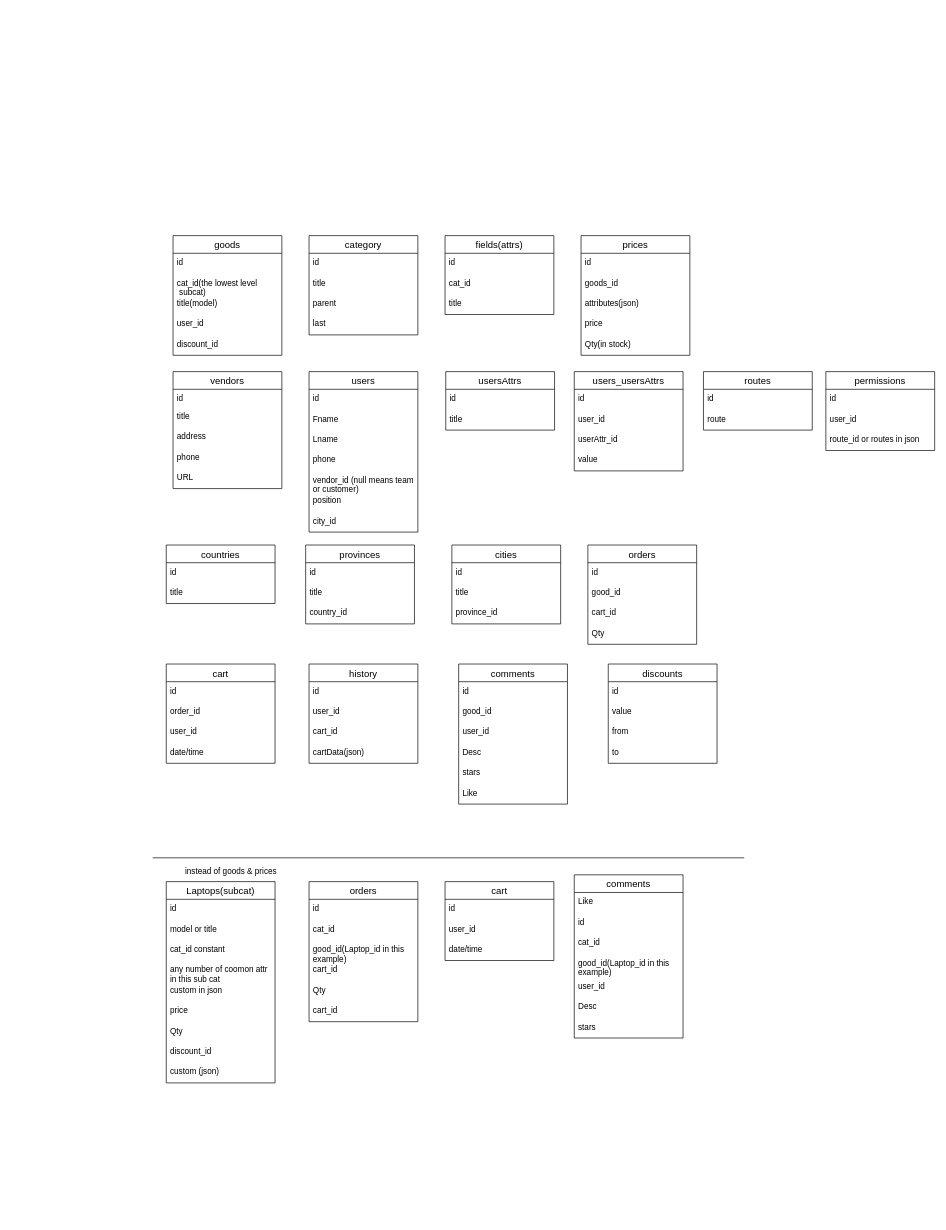
This is digikala.drawio from samiiEng/database, a draw.io file, before an edit. Source tidied: cells renumbered, new cells numbered last; positions are measured from the earlier drawing's top-left corner, leaving out a move shared by most shapes. Both pictures are drawn from the tidied source at 68%, with x=0, y=0 at pixel (152, 235).
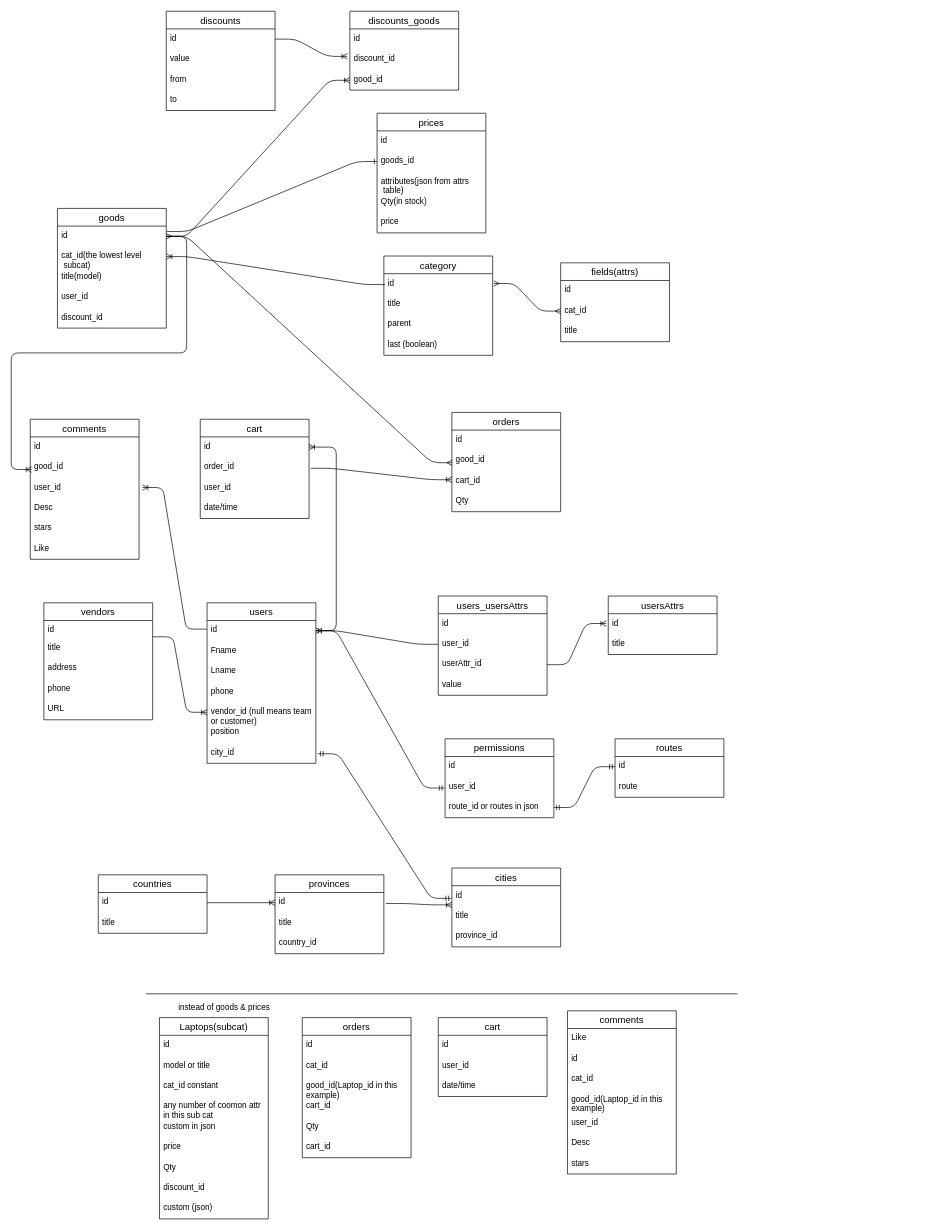
The same page after the edit.

The change refers to these unchanged cells:
```xml
<mxCell id="3" value="id" style="text;strokeColor=none;fillColor=none;spacingLeft=4;spacingRight=4;overflow=hidden;points=[[0,0.5],[1,0.5]];portConstraint=eastwest;fontSize=12;" parent="2" vertex="1">
  <mxGeometry y="26" width="160" height="30" as="geometry" />
</mxCell>
<mxCell id="4" value="cat_id(the lowest level&#10; subcat)" style="text;strokeColor=none;fillColor=none;spacingLeft=4;spacingRight=4;overflow=hidden;points=[[0,0.5],[1,0.5]];portConstraint=eastwest;fontSize=12;" parent="2" vertex="1">
  <mxGeometry y="56" width="160" height="30" as="geometry" />
</mxCell>
<mxCell id="9" value="id" style="text;strokeColor=none;fillColor=none;spacingLeft=4;spacingRight=4;overflow=hidden;points=[[0,0.5],[1,0.5]];portConstraint=eastwest;fontSize=12;" parent="8" vertex="1">
  <mxGeometry y="26" width="160" height="30" as="geometry" />
</mxCell>
<mxCell id="15" value="cat_id" style="text;strokeColor=none;fillColor=none;spacingLeft=4;spacingRight=4;overflow=hidden;points=[[0,0.5],[1,0.5]];portConstraint=eastwest;fontSize=12;" parent="13" vertex="1">
  <mxGeometry y="56" width="160" height="30" as="geometry" />
</mxCell>
<mxCell id="19" value="goods_id" style="text;strokeColor=none;fillColor=none;spacingLeft=4;spacingRight=4;overflow=hidden;points=[[0,0.5],[1,0.5]];portConstraint=eastwest;fontSize=12;" parent="17" vertex="1">
  <mxGeometry y="56" width="160" height="30" as="geometry" />
</mxCell>
<mxCell id="24" value="id" style="text;strokeColor=none;fillColor=none;spacingLeft=4;spacingRight=4;overflow=hidden;points=[[0,0.5],[1,0.5]];portConstraint=eastwest;fontSize=12;" parent="23" vertex="1">
  <mxGeometry y="26" width="160" height="26" as="geometry" />
</mxCell>
<mxCell id="30" value="id" style="text;strokeColor=none;fillColor=none;spacingLeft=4;spacingRight=4;overflow=hidden;points=[[0,0.5],[1,0.5]];portConstraint=eastwest;fontSize=12;" parent="29" vertex="1">
  <mxGeometry y="26" width="160" height="30" as="geometry" />
</mxCell>
<mxCell id="34" value="vendor_id (null means team&#10;or customer)" style="text;strokeColor=none;fillColor=none;spacingLeft=4;spacingRight=4;overflow=hidden;points=[[0,0.5],[1,0.5]];portConstraint=eastwest;fontSize=12;" parent="29" vertex="1">
  <mxGeometry y="146" width="160" height="30" as="geometry" />
</mxCell>
<mxCell id="36" value="city_id" style="text;strokeColor=none;fillColor=none;spacingLeft=4;spacingRight=4;overflow=hidden;points=[[0,0.5],[1,0.5]];portConstraint=eastwest;fontSize=12;" parent="29" vertex="1">
  <mxGeometry y="206" width="160" height="30" as="geometry" />
</mxCell>
<mxCell id="38" value="id" style="text;strokeColor=none;fillColor=none;spacingLeft=4;spacingRight=4;overflow=hidden;points=[[0,0.5],[1,0.5]];portConstraint=eastwest;fontSize=12;" parent="37" vertex="1">
  <mxGeometry y="26" width="160" height="30" as="geometry" />
</mxCell>
<mxCell id="42" value="user_id" style="text;strokeColor=none;fillColor=none;spacingLeft=4;spacingRight=4;overflow=hidden;points=[[0,0.5],[1,0.5]];portConstraint=eastwest;fontSize=12;" parent="40" vertex="1">
  <mxGeometry y="56" width="160" height="30" as="geometry" />
</mxCell>
<mxCell id="43" value="route_id or routes in json" style="text;strokeColor=none;fillColor=none;spacingLeft=4;spacingRight=4;overflow=hidden;points=[[0,0.5],[1,0.5]];portConstraint=eastwest;fontSize=12;" parent="40" vertex="1">
  <mxGeometry y="86" width="160" height="30" as="geometry" />
</mxCell>
<mxCell id="45" value="id" style="text;strokeColor=none;fillColor=none;spacingLeft=4;spacingRight=4;overflow=hidden;points=[[0,0.5],[1,0.5]];portConstraint=eastwest;fontSize=12;" parent="44" vertex="1">
  <mxGeometry y="26" width="160" height="30" as="geometry" />
</mxCell>
<mxCell id="46" value="order_id" style="text;strokeColor=none;fillColor=none;spacingLeft=4;spacingRight=4;overflow=hidden;points=[[0,0.5],[1,0.5]];portConstraint=eastwest;fontSize=12;" parent="44" vertex="1">
  <mxGeometry y="56" width="160" height="30" as="geometry" />
</mxCell>
<mxCell id="57" value="user_id" style="text;strokeColor=none;fillColor=none;spacingLeft=4;spacingRight=4;overflow=hidden;points=[[0,0.5],[1,0.5]];portConstraint=eastwest;fontSize=12;" parent="54" vertex="1">
  <mxGeometry y="86" width="160" height="30" as="geometry" />
</mxCell>
<mxCell id="62" value="id" style="text;strokeColor=none;fillColor=none;spacingLeft=4;spacingRight=4;overflow=hidden;points=[[0,0.5],[1,0.5]];portConstraint=eastwest;fontSize=12;" parent="61" vertex="1">
  <mxGeometry y="26" width="160" height="30" as="geometry" />
</mxCell>
<mxCell id="94" value="id" style="text;strokeColor=none;fillColor=none;spacingLeft=4;spacingRight=4;overflow=hidden;points=[[0,0.5],[1,0.5]];portConstraint=eastwest;fontSize=12;" parent="93" vertex="1">
  <mxGeometry y="26" width="160" height="30" as="geometry" />
</mxCell>
<mxCell id="98" value="id" style="text;strokeColor=none;fillColor=none;spacingLeft=4;spacingRight=4;overflow=hidden;points=[[0,0.5],[1,0.5]];portConstraint=eastwest;fontSize=12;" parent="97" vertex="1">
  <mxGeometry y="26" width="160" height="30" as="geometry" />
</mxCell>
<mxCell id="102" value="id" style="text;strokeColor=none;fillColor=none;spacingLeft=4;spacingRight=4;overflow=hidden;points=[[0,0.5],[1,0.5]];portConstraint=eastwest;fontSize=12;" parent="101" vertex="1">
  <mxGeometry y="26" width="160" height="30" as="geometry" />
</mxCell>
<mxCell id="106" value="good_id" style="text;strokeColor=none;fillColor=none;spacingLeft=4;spacingRight=4;overflow=hidden;points=[[0,0.5],[1,0.5]];portConstraint=eastwest;fontSize=12;" parent="104" vertex="1">
  <mxGeometry y="56" width="160" height="30" as="geometry" />
</mxCell>
<mxCell id="107" value="cart_id" style="text;strokeColor=none;fillColor=none;spacingLeft=4;spacingRight=4;overflow=hidden;points=[[0,0.5],[1,0.5]];portConstraint=eastwest;fontSize=12;" parent="104" vertex="1">
  <mxGeometry y="86" width="160" height="30" as="geometry" />
</mxCell>
<mxCell id="117" value="id" style="text;strokeColor=none;fillColor=none;spacingLeft=4;spacingRight=4;overflow=hidden;points=[[0,0.5],[1,0.5]];portConstraint=eastwest;fontSize=12;" parent="116" vertex="1">
  <mxGeometry y="26" width="160" height="30" as="geometry" />
</mxCell>
<mxCell id="121" value="user_id" style="text;strokeColor=none;fillColor=none;spacingLeft=4;spacingRight=4;overflow=hidden;points=[[0,0.5],[1,0.5]];portConstraint=eastwest;fontSize=12;" parent="119" vertex="1">
  <mxGeometry y="56" width="160" height="30" as="geometry" />
</mxCell>
<mxCell id="122" value="userAttr_id" style="text;strokeColor=none;fillColor=none;spacingLeft=4;spacingRight=4;overflow=hidden;points=[[0,0.5],[1,0.5]];portConstraint=eastwest;fontSize=12;" parent="119" vertex="1">
  <mxGeometry y="86" width="160" height="30" as="geometry" />
</mxCell>
```

The edit, as a diff of the source:
```diff
@@
     <mxCell id="2" value="goods" style="swimlane;fontStyle=0;horizontal=1;startSize=26;align=center;fontSize=14;" parent="1" vertex="1">
-      <mxGeometry x="30" width="160" height="176" as="geometry" />
+      <mxGeometry x="-140" y="-40" width="160" height="176" as="geometry" />
     </mxCell>
@@
     <mxCell id="8" value="category" style="swimlane;fontStyle=0;horizontal=1;startSize=26;align=center;fontSize=14;" parent="1" vertex="1">
-      <mxGeometry x="230" width="160" height="146" as="geometry" />
+      <mxGeometry x="340" y="30" width="160" height="146" as="geometry" />
     </mxCell>
@@
-    <mxCell id="12" value="last" style="text;strokeColor=none;fillColor=none;spacingLeft=4;spacingRight=4;overflow=hidden;fontSize=12;" parent="8" vertex="1">
+    <mxCell id="12" value="last (boolean)" style="text;strokeColor=none;fillColor=none;spacingLeft=4;spacingRight=4;overflow=hidden;fontSize=12;" parent="8" vertex="1">
       <mxGeometry y="116" width="160" height="30" as="geometry" />
     </mxCell>
     <mxCell id="13" value="fields(attrs)" style="swimlane;fontStyle=0;horizontal=1;startSize=26;align=center;fontSize=14;" parent="1" vertex="1">
-      <mxGeometry x="430" width="160" height="116" as="geometry" />
+      <mxGeometry x="600" y="40" width="160" height="116" as="geometry" />
     </mxCell>
@@
     <mxCell id="17" value="prices" style="swimlane;fontStyle=0;horizontal=1;startSize=26;align=center;fontSize=14;" parent="1" vertex="1">
-      <mxGeometry x="630" width="160" height="176" as="geometry" />
+      <mxGeometry x="330" y="-180" width="160" height="176" as="geometry" />
     </mxCell>
@@
-    <mxCell id="20" value="attributes(json)" style="text;strokeColor=none;fillColor=none;spacingLeft=4;spacingRight=4;overflow=hidden;fontSize=12;" parent="17" vertex="1">
-      <mxGeometry y="86" width="160" height="30" as="geometry" />
-    </mxCell>
+    <mxCell id="124" value="attributes(json from attrs&#10; table)" style="text;strokeColor=none;fillColor=none;spacingLeft=4;spacingRight=4;overflow=hidden;fontSize=12;" parent="17" vertex="1">
+      <mxGeometry y="86" width="160" height="30" as="geometry" />
+    </mxCell>
+    <mxCell id="22" value="Qty(in stock)" style="text;strokeColor=none;fillColor=none;spacingLeft=4;spacingRight=4;overflow=hidden;fontSize=12;" parent="17" vertex="1">
+      <mxGeometry y="116" width="160" height="30" as="geometry" />
+    </mxCell>
     <mxCell id="21" value="price" style="text;strokeColor=none;fillColor=none;spacingLeft=4;spacingRight=4;overflow=hidden;fontSize=12;" parent="17" vertex="1">
-      <mxGeometry y="116" width="160" height="30" as="geometry" />
+      <mxGeometry y="146" width="160" height="30" as="geometry" />
     </mxCell>
-    <mxCell id="22" value="Qty(in stock)" style="text;strokeColor=none;fillColor=none;spacingLeft=4;spacingRight=4;overflow=hidden;fontSize=12;" parent="17" vertex="1">
-      <mxGeometry y="146" width="160" height="30" as="geometry" />
-    </mxCell>
     <mxCell id="23" value="vendors" style="swimlane;fontStyle=0;horizontal=1;startSize=26;align=center;fontSize=14;" parent="1" vertex="1">
-      <mxGeometry x="30" y="200" width="160" height="172" as="geometry" />
+      <mxGeometry x="-160" y="540" width="160" height="172" as="geometry" />
     </mxCell>
@@
     <mxCell id="29" value="users" style="swimlane;fontStyle=0;horizontal=1;startSize=26;align=center;fontSize=14;" parent="1" vertex="1">
-      <mxGeometry x="230" y="200" width="160" height="236" as="geometry" />
+      <mxGeometry x="80" y="540" width="160" height="236" as="geometry" />
     </mxCell>
@@
     <mxCell id="37" value="routes" style="swimlane;fontStyle=0;horizontal=1;startSize=26;align=center;fontSize=14;" parent="1" vertex="1">
-      <mxGeometry x="810" y="200" width="160" height="86" as="geometry" />
+      <mxGeometry x="680" y="740" width="160" height="86" as="geometry" />
     </mxCell>
@@
     <mxCell id="40" value="permissions" style="swimlane;fontStyle=0;horizontal=1;startSize=26;align=center;fontSize=14;" parent="1" vertex="1">
-      <mxGeometry x="990" y="200" width="160" height="116" as="geometry" />
+      <mxGeometry x="430" y="740" width="160" height="116" as="geometry" />
     </mxCell>
@@
     <mxCell id="44" value="cart" style="swimlane;fontStyle=0;horizontal=1;startSize=26;align=center;fontSize=14;" parent="1" vertex="1">
-      <mxGeometry x="20" y="630" width="160" height="146" as="geometry" />
+      <mxGeometry x="70" y="270" width="160" height="146" as="geometry" />
     </mxCell>
@@
-    <mxCell id="49" value="history" style="swimlane;fontStyle=0;horizontal=1;startSize=26;align=center;fontSize=14;" parent="1" vertex="1">
-      <mxGeometry x="230" y="630" width="160" height="146" as="geometry" />
-    </mxCell>
-    <mxCell id="50" value="id" style="text;strokeColor=none;fillColor=none;spacingLeft=4;spacingRight=4;overflow=hidden;fontSize=12;" parent="49" vertex="1">
-      <mxGeometry y="26" width="160" height="30" as="geometry" />
-    </mxCell>
-    <mxCell id="51" value="user_id" style="text;strokeColor=none;fillColor=none;spacingLeft=4;spacingRight=4;overflow=hidden;fontSize=12;" parent="49" vertex="1">
-      <mxGeometry y="56" width="160" height="30" as="geometry" />
-    </mxCell>
-    <mxCell id="52" value="cart_id" style="text;strokeColor=none;fillColor=none;spacingLeft=4;spacingRight=4;overflow=hidden;fontSize=12;" parent="49" vertex="1">
-      <mxGeometry y="86" width="160" height="30" as="geometry" />
-    </mxCell>
-    <mxCell id="53" value="cartData(json)" style="text;strokeColor=none;fillColor=none;spacingLeft=4;spacingRight=4;overflow=hidden;fontSize=12;" parent="49" vertex="1">
-      <mxGeometry y="116" width="160" height="30" as="geometry" />
-    </mxCell>
     <mxCell id="54" value="comments" style="swimlane;fontStyle=0;horizontal=1;startSize=26;align=center;fontSize=14;" parent="1" vertex="1">
-      <mxGeometry x="450" y="630" width="160" height="206" as="geometry" />
+      <mxGeometry x="-180" y="270" width="160" height="206" as="geometry" />
     </mxCell>
@@
     <mxCell id="61" value="discounts" style="swimlane;fontStyle=0;horizontal=1;startSize=26;align=center;fontSize=14;" parent="1" vertex="1">
-      <mxGeometry x="670" y="630" width="160" height="146" as="geometry" />
+      <mxGeometry x="20" y="-330" width="160" height="146" as="geometry" />
     </mxCell>
@@
     <mxCell id="66" style="line;strokeWidth=1;dashed=0;labelPosition=right;align=left;verticalAlign=middle;spacingTop=0;spacingLeft=6;" parent="1" vertex="1">
-      <mxGeometry y="910" width="870" height="10" as="geometry" />
+      <mxGeometry x="-10" y="1110" width="870" height="10" as="geometry" />
     </mxCell>
     <mxCell id="67" value="cart" style="swimlane;fontStyle=0;horizontal=1;startSize=26;align=center;fontSize=14;" parent="1" vertex="1">
-      <mxGeometry x="430" y="950" width="160" height="116" as="geometry" />
+      <mxGeometry x="420" y="1150" width="160" height="116" as="geometry" />
     </mxCell>
@@
     <mxCell id="71" value="Laptops(subcat)" style="swimlane;fontStyle=0;horizontal=1;startSize=26;align=center;fontSize=14;" parent="1" vertex="1">
-      <mxGeometry x="20" y="950" width="160" height="296" as="geometry" />
+      <mxGeometry x="10" y="1150" width="160" height="296" as="geometry" />
     </mxCell>
@@
     <mxCell id="81" style="shape=table;startSize=0;childLayout=tableLayout;rowLines=0;fontStyle=0;align=center;strokeColor=none;fillColor=none;" parent="1" vertex="1">
-      <mxGeometry x="10" y="920" width="180" height="30" as="geometry" />
+      <mxGeometry y="1120" width="180" height="30" as="geometry" />
     </mxCell>
@@
     <mxCell id="85" value="comments" style="swimlane;fontStyle=0;horizontal=1;startSize=26;align=center;fontSize=14;" parent="1" vertex="1">
-      <mxGeometry x="620" y="940" width="160" height="240" as="geometry" />
+      <mxGeometry x="610" y="1140" width="160" height="240" as="geometry" />
     </mxCell>
@@
     <mxCell id="93" value="provinces" style="swimlane;fontStyle=0;horizontal=1;startSize=26;align=center;fontSize=14;" parent="1" vertex="1">
-      <mxGeometry x="225" y="455" width="160" height="116" as="geometry" />
+      <mxGeometry x="180" y="940" width="160" height="116" as="geometry" />
     </mxCell>
@@
     <mxCell id="97" value="cities" style="swimlane;fontStyle=0;horizontal=1;startSize=26;align=center;fontSize=14;" parent="1" vertex="1">
-      <mxGeometry x="440" y="455" width="160" height="116" as="geometry" />
+      <mxGeometry x="440" y="930" width="160" height="116" as="geometry" />
     </mxCell>
@@
     <mxCell id="101" value="countries" style="swimlane;fontStyle=0;horizontal=1;startSize=26;align=center;fontSize=14;" parent="1" vertex="1">
-      <mxGeometry x="20" y="455" width="160" height="86" as="geometry" />
+      <mxGeometry x="-80" y="940" width="160" height="86" as="geometry" />
     </mxCell>
@@
     <mxCell id="104" value="orders" style="swimlane;fontStyle=0;horizontal=1;startSize=26;align=center;fontSize=14;" parent="1" vertex="1">
-      <mxGeometry x="640" y="455" width="160" height="146" as="geometry" />
+      <mxGeometry x="440" y="260" width="160" height="146" as="geometry" />
     </mxCell>
@@
     <mxCell id="109" value="orders" style="swimlane;fontStyle=0;horizontal=1;startSize=26;align=center;fontSize=14;" parent="1" vertex="1">
-      <mxGeometry x="230" y="950" width="160" height="206" as="geometry" />
+      <mxGeometry x="220" y="1150" width="160" height="206" as="geometry" />
     </mxCell>
@@
     <mxCell id="116" value="usersAttrs" style="swimlane;fontStyle=0;horizontal=1;startSize=26;align=center;fontSize=14;" parent="1" vertex="1">
-      <mxGeometry x="431" y="200" width="160" height="86" as="geometry" />
+      <mxGeometry x="670" y="530" width="160" height="86" as="geometry" />
     </mxCell>
@@
     <mxCell id="119" value="users_usersAttrs" style="swimlane;fontStyle=0;horizontal=1;startSize=26;align=center;fontSize=14;" parent="1" vertex="1">
-      <mxGeometry x="620" y="200" width="160" height="146" as="geometry" />
+      <mxGeometry x="420" y="530" width="160" height="146" as="geometry" />
     </mxCell>
@@
+    <mxCell id="125" style="edgeStyle=entityRelationEdgeStyle;fontSize=12;html=1;endArrow=ERmany;startArrow=ERmany;exitX=1.01;exitY=0.48;exitDx=0;exitDy=0;exitPerimeter=0;" parent="1" edge="1" source="9" target="15">
+      <mxGeometry relative="1" as="geometry" />
+    </mxCell>
+    <mxCell id="126" style="edgeStyle=entityRelationEdgeStyle;fontSize=12;html=1;endArrow=ERoneToMany;exitX=0.01;exitY=0.533;exitDx=0;exitDy=0;exitPerimeter=0;entryX=1.002;entryY=0.493;entryDx=0;entryDy=0;entryPerimeter=0;" parent="1" edge="1" source="9" target="4">
+      <mxGeometry relative="1" as="geometry" />
+    </mxCell>
+    <mxCell id="127" style="edgeStyle=entityRelationEdgeStyle;fontSize=12;html=1;endArrow=ERoneToMany;" parent="1" edge="1" source="121" target="30">
+      <mxGeometry relative="1" as="geometry" />
+    </mxCell>
+    <mxCell id="128" style="edgeStyle=entityRelationEdgeStyle;fontSize=12;html=1;endArrow=ERoneToMany;entryX=-0.018;entryY=0.48;entryDx=0;entryDy=0;entryPerimeter=0;" parent="1" edge="1" source="122" target="117">
+      <mxGeometry relative="1" as="geometry" />
+    </mxCell>
+    <mxCell id="129" style="edgeStyle=entityRelationEdgeStyle;fontSize=12;html=1;endArrow=ERmandOne;startArrow=ERmandOne;" parent="1" edge="1" source="38" target="43">
+      <mxGeometry relative="1" as="geometry" />
+    </mxCell>
+    <mxCell id="130" style="edgeStyle=entityRelationEdgeStyle;fontSize=12;html=1;endArrow=ERmandOne;startArrow=ERmandOne;entryX=-0.003;entryY=0.547;entryDx=0;entryDy=0;entryPerimeter=0;" parent="1" edge="1" source="30" target="42">
+      <mxGeometry relative="1" as="geometry" />
+    </mxCell>
+    <mxCell id="131" style="edgeStyle=entityRelationEdgeStyle;fontSize=12;html=1;endArrow=ERmandOne;startArrow=ERmandOne;exitX=1.017;exitY=0.533;exitDx=0;exitDy=0;exitPerimeter=0;entryX=-0.005;entryY=0.62;entryDx=0;entryDy=0;entryPerimeter=0;" parent="1" edge="1" source="36" target="98">
+      <mxGeometry relative="1" as="geometry" />
+    </mxCell>
+    <mxCell id="132" style="edgeStyle=entityRelationEdgeStyle;fontSize=12;html=1;endArrow=ERoneToMany;exitX=1.019;exitY=0.54;exitDx=0;exitDy=0;exitPerimeter=0;entryX=0;entryY=0.94;entryDx=0;entryDy=0;entryPerimeter=0;" parent="1" edge="1" source="94" target="98">
+      <mxGeometry relative="1" as="geometry" />
+    </mxCell>
+    <mxCell id="133" style="edgeStyle=entityRelationEdgeStyle;fontSize=12;html=1;endArrow=ERoneToMany;" parent="1" edge="1" source="102" target="94">
+      <mxGeometry relative="1" as="geometry" />
+    </mxCell>
+    <mxCell id="134" style="edgeStyle=entityRelationEdgeStyle;fontSize=12;html=1;endArrow=ERoneToMany;exitX=1;exitY=0.923;exitDx=0;exitDy=0;exitPerimeter=0;" parent="1" edge="1" source="24" target="34">
+      <mxGeometry relative="1" as="geometry" />
+    </mxCell>
+    <mxCell id="135" style="edgeStyle=entityRelationEdgeStyle;fontSize=12;html=1;endArrow=ERoneToMany;exitX=-0.004;exitY=0.424;exitDx=0;exitDy=0;exitPerimeter=0;entryX=1.031;entryY=0.481;entryDx=0;entryDy=0;entryPerimeter=0;" parent="1" edge="1" source="30" target="57">
+      <mxGeometry relative="1" as="geometry" />
+    </mxCell>
+    <mxCell id="136" style="edgeStyle=entityRelationEdgeStyle;fontSize=12;html=1;endArrow=ERoneToMany;entryX=-0.001;entryY=0.433;entryDx=0;entryDy=0;entryPerimeter=0;exitX=1.017;exitY=0.538;exitDx=0;exitDy=0;exitPerimeter=0;" parent="1" edge="1" source="46" target="107">
+      <mxGeometry relative="1" as="geometry" />
+    </mxCell>
+    <mxCell id="137" style="edgeStyle=entityRelationEdgeStyle;fontSize=12;html=1;endArrow=ERmany;startArrow=ERmany;exitX=0.004;exitY=0.6;exitDx=0;exitDy=0;exitPerimeter=0;" parent="1" edge="1" source="106" target="3">
+      <mxGeometry relative="1" as="geometry" />
+    </mxCell>
+    <mxCell id="138" style="edgeStyle=entityRelationEdgeStyle;fontSize=12;html=1;endArrow=ERoneToMany;" parent="1" edge="1" source="30" target="45">
+      <mxGeometry relative="1" as="geometry" />
+    </mxCell>
+    <mxCell id="139" style="edgeStyle=entityRelationEdgeStyle;fontSize=12;html=1;endArrow=ERone;endFill=1;exitX=1.005;exitY=0.267;exitDx=0;exitDy=0;exitPerimeter=0;" parent="1" edge="1" source="3" target="19">
+      <mxGeometry relative="1" as="geometry" />
+    </mxCell>
+    <mxCell id="140" style="edgeStyle=entityRelationEdgeStyle;fontSize=12;html=1;endArrow=ERoneToMany;" parent="1" edge="1" source="3">
+      <mxGeometry relative="1" as="geometry">
+        <mxPoint x="-178" y="344" as="targetPoint" />
+      </mxGeometry>
+    </mxCell>
+    <mxCell id="141" value="discounts_goods" style="swimlane;fontStyle=0;horizontal=1;startSize=26;align=center;fontSize=14;" parent="1" vertex="1">
+      <mxGeometry x="290" y="-330" width="160" height="116" as="geometry" />
+    </mxCell>
+    <mxCell id="50" value="id" style="text;strokeColor=none;fillColor=none;spacingLeft=4;spacingRight=4;overflow=hidden;fontSize=12;" parent="141" vertex="1">
+      <mxGeometry y="26" width="160" height="30" as="geometry" />
+    </mxCell>
+    <mxCell id="142" value="discount_id" style="text;strokeColor=none;fillColor=none;spacingLeft=4;spacingRight=4;overflow=hidden;points=[[0,0.5],[1,0.5]];portConstraint=eastwest;fontSize=12;" parent="141" vertex="1">
+      <mxGeometry y="56" width="160" height="30" as="geometry" />
+    </mxCell>
+    <mxCell id="143" value="good_id" style="text;strokeColor=none;fillColor=none;spacingLeft=4;spacingRight=4;overflow=hidden;points=[[0,0.5],[1,0.5]];portConstraint=eastwest;fontSize=12;" parent="141" vertex="1">
+      <mxGeometry y="86" width="160" height="30" as="geometry" />
+    </mxCell>
+    <mxCell id="144" style="edgeStyle=entityRelationEdgeStyle;fontSize=12;html=1;endArrow=ERoneToMany;entryX=0;entryY=0.52;entryDx=0;entryDy=0;entryPerimeter=0;" parent="1" edge="1" source="3" target="143">
+      <mxGeometry relative="1" as="geometry" />
+    </mxCell>
+    <mxCell id="145" style="edgeStyle=entityRelationEdgeStyle;fontSize=12;html=1;endArrow=ERoneToMany;entryX=-0.022;entryY=0.347;entryDx=0;entryDy=0;entryPerimeter=0;" parent="1" edge="1" source="62" target="142">
+      <mxGeometry relative="1" as="geometry" />
+    </mxCell>
```
